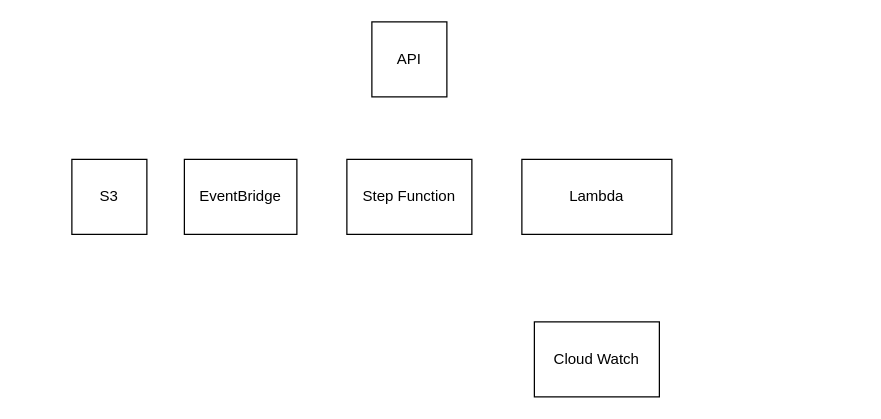
This is AWS Image Resize.drawio from easonchiu0327/Serverless-Image-Resize-Processing-, a draw.io file, before an edit. Source tidied: cells renumbered, new cells numbered last; positions are measured from the earlier drawing's top-left corner, leaving out a move shared by most shapes. Both pictures are drawn from the tidied source at 125%, with x=0, y=0 at pixel (71, 21).
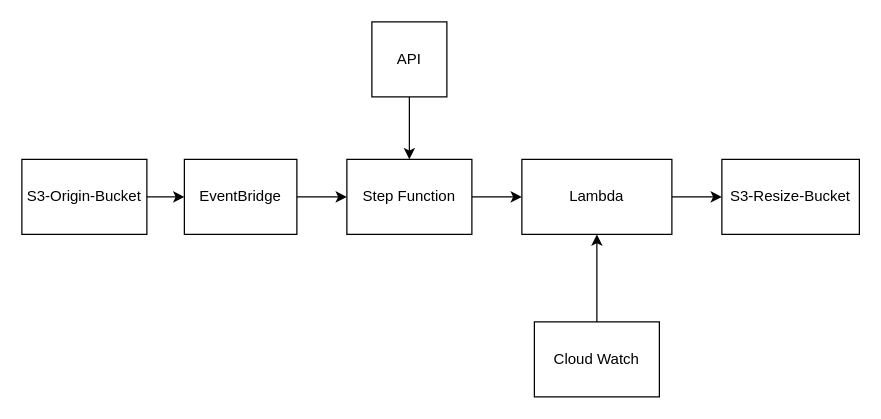
After the change.

Commit message:
Update AWS Image Resize Architechure.drawio

Diff of the diagram source:
```diff
@@
 <mxGraphModel>
   <root>
     <mxCell id="0" />
     <mxCell id="1" parent="0" />
     <mxCell id="2" value="API" style="rounded=0;whiteSpace=wrap;html=1;" parent="1" vertex="1">
       <mxGeometry x="240" width="60" height="60" as="geometry" />
     </mxCell>
-    <mxCell id="3" value="S3" style="rounded=0;whiteSpace=wrap;html=1;" parent="1" vertex="1">
-      <mxGeometry y="110" width="60" height="60" as="geometry" />
+    <mxCell id="3" value="S3-Origin-Bucket" style="rounded=0;whiteSpace=wrap;html=1;" parent="1" vertex="1">
+      <mxGeometry x="-40" y="110" width="100" height="60" as="geometry" />
     </mxCell>
+    <mxCell id="8" style="edgeStyle=orthogonalEdgeStyle;rounded=0;jettySize=auto;html=1;exitX=0.5;exitY=1;exitDx=0;exitDy=0;entryX=0.5;entryY=0;entryDx=0;entryDy=0;" parent="1" edge="1" source="2" target="4">
+      <mxGeometry relative="1" as="geometry" />
+    </mxCell>
     <mxCell id="4" value="Step Fu&lt;span style=&quot;background-color: transparent; color: light-dark(rgb(0, 0, 0), rgb(255, 255, 255));&quot;&gt;nction&lt;/span&gt;" style="rounded=0;whiteSpace=wrap;html=1;" parent="1" vertex="1">
       <mxGeometry x="220" y="110" width="100" height="60" as="geometry" />
     </mxCell>
     <mxCell id="5" value="Lambda" style="rounded=0;whiteSpace=wrap;html=1;" parent="1" vertex="1">
       <mxGeometry x="360" y="110" width="120" height="60" as="geometry" />
     </mxCell>
     <mxCell id="6" value="EventBridge" style="rounded=0;whiteSpace=wrap;html=1;" parent="1" vertex="1">
       <mxGeometry x="90" y="110" width="90" height="60" as="geometry" />
     </mxCell>
     <mxCell id="7" value="Cloud Watch" style="rounded=0;whiteSpace=wrap;html=1;" parent="1" vertex="1">
       <mxGeometry x="370" y="240" width="100" height="60" as="geometry" />
     </mxCell>
+    <mxCell id="9" value="S3-Resize-B&lt;span style=&quot;background-color: transparent; color: light-dark(rgb(0, 0, 0), rgb(255, 255, 255));&quot;&gt;ucket&lt;/span&gt;" style="rounded=0;whiteSpace=wrap;html=1;" parent="1" vertex="1">
+      <mxGeometry x="520" y="110" width="110" height="60" as="geometry" />
+    </mxCell>
+    <mxCell id="10" style="endArrow=classic;html=1;rounded=0;exitX=1;exitY=0.5;exitDx=0;exitDy=0;" parent="1" edge="1" source="3">
+      <mxGeometry relative="1" as="geometry">
+        <mxPoint x="90" y="140" as="targetPoint" />
+      </mxGeometry>
+    </mxCell>
+    <mxCell id="11" style="edgeStyle=orthogonalEdgeStyle;rounded=0;jettySize=auto;html=1;exitX=1;exitY=0.5;exitDx=0;exitDy=0;entryX=0;entryY=0.5;entryDx=0;entryDy=0;" parent="1" edge="1" source="6" target="4">
+      <mxGeometry relative="1" as="geometry" />
+    </mxCell>
+    <mxCell id="12" style="edgeStyle=orthogonalEdgeStyle;rounded=0;jettySize=auto;html=1;exitX=1;exitY=0.5;exitDx=0;exitDy=0;entryX=0;entryY=0.5;entryDx=0;entryDy=0;" parent="1" edge="1" source="4" target="5">
+      <mxGeometry relative="1" as="geometry" />
+    </mxCell>
+    <mxCell id="13" style="edgeStyle=orthogonalEdgeStyle;rounded=0;jettySize=auto;html=1;exitX=1;exitY=0.5;exitDx=0;exitDy=0;entryX=0;entryY=0.5;entryDx=0;entryDy=0;" parent="1" edge="1" source="5" target="9">
+      <mxGeometry relative="1" as="geometry" />
+    </mxCell>
+    <mxCell id="14" style="edgeStyle=orthogonalEdgeStyle;rounded=0;jettySize=auto;html=1;exitX=0.5;exitY=0;exitDx=0;exitDy=0;entryX=0.5;entryY=1;entryDx=0;entryDy=0;" parent="1" edge="1" source="7" target="5">
+      <mxGeometry relative="1" as="geometry" />
+    </mxCell>
   </root>
 </mxGraphModel>
```
